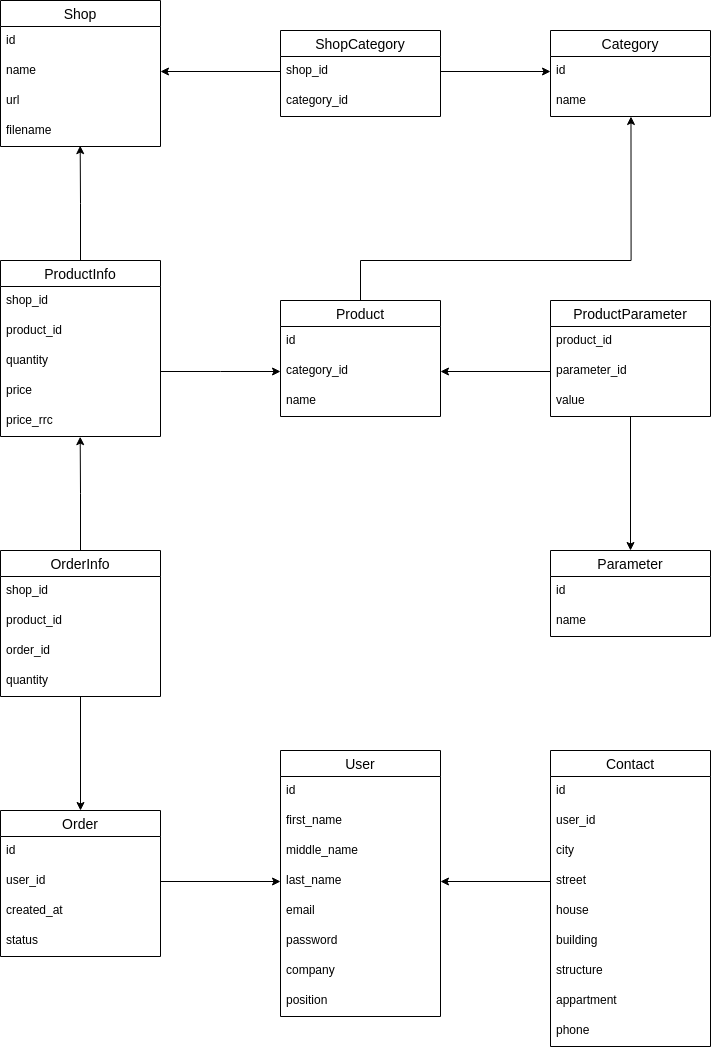
Earlier version of the draw.io export misc/schema.png (netology-code/python-final-diplom). Source tidied: cells renumbered, new cells last; positions are measured from the earlier drawing's top-left corner, leaving out a move shared by most shapes.
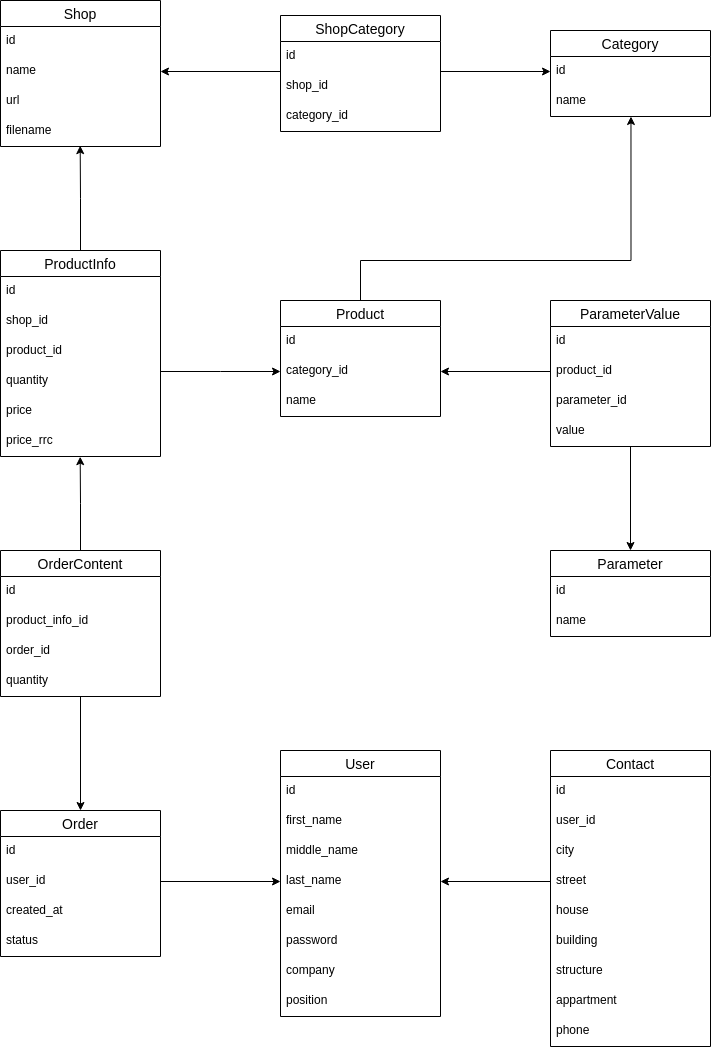
The same file after the commit.

Change to the diagram source:
```diff
@@ -27,19 +27,30 @@
       <mxGeometry y="56" width="160" height="30" as="geometry" />
     </mxCell>
     <mxCell id="10" value="ShopCategory" style="swimlane;fontStyle=0;horizontal=1;startSize=26;align=center;fontSize=14;" parent="1" vertex="1">
-      <mxGeometry x="280" y="30" width="160" height="86" as="geometry" />
+      <mxGeometry x="280" y="15" width="160" height="116" as="geometry" />
     </mxCell>
+    <mxCell id="70" value="id" style="text;strokeColor=none;fillColor=none;spacingLeft=4;spacingRight=4;overflow=hidden;fontSize=12;" parent="10" vertex="1">
+      <mxGeometry y="26" width="160" height="30" as="geometry" />
+    </mxCell>
     <mxCell id="11" value="shop_id" style="text;strokeColor=none;fillColor=none;spacingLeft=4;spacingRight=4;overflow=hidden;points=[[0,0.5],[1,0.5]];portConstraint=eastwest;fontSize=12;" parent="10" vertex="1">
-      <mxGeometry y="26" width="160" height="30" as="geometry" />
+      <mxGeometry y="56" width="160" height="30" as="geometry" />
     </mxCell>
     <mxCell id="12" value="category_id" style="text;strokeColor=none;fillColor=none;spacingLeft=4;spacingRight=4;overflow=hidden;fontSize=12;" parent="10" vertex="1">
-      <mxGeometry y="56" width="160" height="30" as="geometry" />
+      <mxGeometry y="86" width="160" height="30" as="geometry" />
     </mxCell>
     <mxCell id="13" style="edgeStyle=orthogonalEdgeStyle;rounded=0;jettySize=auto;html=1;exitX=0;exitY=0.5;exitDx=0;exitDy=0;entryX=1;entryY=0.5;entryDx=0;entryDy=0;" parent="1" edge="1" source="11" target="4">
-      <mxGeometry relative="1" as="geometry" />
+      <mxGeometry relative="1" as="geometry">
+        <Array as="points">
+          <mxPoint x="280" y="71" />
+        </Array>
+      </mxGeometry>
     </mxCell>
     <mxCell id="14" style="edgeStyle=orthogonalEdgeStyle;rounded=0;jettySize=auto;html=1;exitX=1;exitY=0.5;exitDx=0;exitDy=0;" parent="1" edge="1" source="11" target="8">
-      <mxGeometry relative="1" as="geometry" />
+      <mxGeometry relative="1" as="geometry">
+        <Array as="points">
+          <mxPoint x="440" y="71" />
+        </Array>
+      </mxGeometry>
     </mxCell>
     <mxCell id="15" style="edgeStyle=orthogonalEdgeStyle;rounded=0;jettySize=auto;html=1;exitX=0.5;exitY=0;exitDx=0;exitDy=0;entryX=0.503;entryY=1;entryDx=0;entryDy=0;entryPerimeter=0;" parent="1" edge="1" source="16" target="9">
       <mxGeometry relative="1" as="geometry">
@@ -65,22 +76,25 @@
       <mxGeometry relative="1" as="geometry" />
     </mxCell>
     <mxCell id="21" value="ProductInfo" style="swimlane;fontStyle=0;horizontal=1;startSize=26;align=center;fontSize=14;" parent="1" vertex="1">
-      <mxGeometry y="260" width="160" height="176" as="geometry" />
+      <mxGeometry y="250" width="160" height="206" as="geometry" />
     </mxCell>
+    <mxCell id="71" value="id&#10;" style="text;strokeColor=none;fillColor=none;spacingLeft=4;spacingRight=4;overflow=hidden;fontSize=12;" parent="21" vertex="1">
+      <mxGeometry y="26" width="160" height="30" as="geometry" />
+    </mxCell>
     <mxCell id="22" value="shop_id" style="text;strokeColor=none;fillColor=none;spacingLeft=4;spacingRight=4;overflow=hidden;fontSize=12;" parent="21" vertex="1">
-      <mxGeometry y="26" width="160" height="30" as="geometry" />
+      <mxGeometry y="56" width="160" height="30" as="geometry" />
     </mxCell>
     <mxCell id="23" value="product_id" style="text;strokeColor=none;fillColor=none;spacingLeft=4;spacingRight=4;overflow=hidden;fontSize=12;" parent="21" vertex="1">
-      <mxGeometry y="56" width="160" height="30" as="geometry" />
+      <mxGeometry y="86" width="160" height="30" as="geometry" />
     </mxCell>
     <mxCell id="24" value="quantity" style="text;strokeColor=none;fillColor=none;spacingLeft=4;spacingRight=4;overflow=hidden;points=[[0,0.5],[1,0.5]];portConstraint=eastwest;fontSize=12;" parent="21" vertex="1">
-      <mxGeometry y="86" width="160" height="30" as="geometry" />
+      <mxGeometry y="116" width="160" height="30" as="geometry" />
     </mxCell>
     <mxCell id="25" value="price" style="text;strokeColor=none;fillColor=none;spacingLeft=4;spacingRight=4;overflow=hidden;fontSize=12;" parent="21" vertex="1">
-      <mxGeometry y="116" width="160" height="30" as="geometry" />
+      <mxGeometry y="146" width="160" height="30" as="geometry" />
     </mxCell>
     <mxCell id="26" value="price_rrc" style="text;strokeColor=none;fillColor=none;spacingLeft=4;spacingRight=4;overflow=hidden;points=[[0,0.5],[1,0.5]];portConstraint=eastwest;fontSize=12;" parent="21" vertex="1">
-      <mxGeometry y="146" width="160" height="30" as="geometry" />
+      <mxGeometry y="176" width="160" height="30" as="geometry" />
     </mxCell>
     <mxCell id="27" style="edgeStyle=orthogonalEdgeStyle;rounded=0;jettySize=auto;html=1;exitX=1;exitY=0.5;exitDx=0;exitDy=0;entryX=0;entryY=0.5;entryDx=0;entryDy=0;" parent="1" edge="1" source="24" target="18">
       <mxGeometry relative="1" as="geometry">
@@ -100,22 +114,29 @@
       <mxGeometry y="56" width="160" height="30" as="geometry" />
     </mxCell>
     <mxCell id="31" style="edgeStyle=orthogonalEdgeStyle;rounded=0;jettySize=auto;html=1;exitX=0;exitY=0.5;exitDx=0;exitDy=0;entryX=1;entryY=0.5;entryDx=0;entryDy=0;" parent="1" edge="1" source="35" target="18">
-      <mxGeometry relative="1" as="geometry" />
+      <mxGeometry relative="1" as="geometry">
+        <Array as="points">
+          <mxPoint x="550" y="371" />
+        </Array>
+      </mxGeometry>
     </mxCell>
     <mxCell id="32" style="edgeStyle=orthogonalEdgeStyle;rounded=0;jettySize=auto;html=1;exitX=0.5;exitY=1;exitDx=0;exitDy=0;entryX=0.5;entryY=0;entryDx=0;entryDy=0;" parent="1" edge="1" source="33" target="28">
       <mxGeometry relative="1" as="geometry" />
     </mxCell>
-    <mxCell id="33" value="ProductParameter" style="swimlane;fontStyle=0;horizontal=1;startSize=26;align=center;fontSize=14;" parent="1" vertex="1">
-      <mxGeometry x="550" y="300" width="160" height="116" as="geometry" />
+    <mxCell id="33" value="ParameterValue" style="swimlane;fontStyle=0;horizontal=1;startSize=26;align=center;fontSize=14;" parent="1" vertex="1">
+      <mxGeometry x="550" y="300" width="160" height="146" as="geometry" />
     </mxCell>
+    <mxCell id="72" value="id" style="text;strokeColor=none;fillColor=none;spacingLeft=4;spacingRight=4;overflow=hidden;fontSize=12;" parent="33" vertex="1">
+      <mxGeometry y="26" width="160" height="30" as="geometry" />
+    </mxCell>
     <mxCell id="34" value="product_id" style="text;strokeColor=none;fillColor=none;spacingLeft=4;spacingRight=4;overflow=hidden;fontSize=12;" parent="33" vertex="1">
-      <mxGeometry y="26" width="160" height="30" as="geometry" />
+      <mxGeometry y="56" width="160" height="30" as="geometry" />
     </mxCell>
     <mxCell id="35" value="parameter_id" style="text;strokeColor=none;fillColor=none;spacingLeft=4;spacingRight=4;overflow=hidden;points=[[0,0.5],[1,0.5]];portConstraint=eastwest;fontSize=12;" parent="33" vertex="1">
-      <mxGeometry y="56" width="160" height="30" as="geometry" />
+      <mxGeometry y="86" width="160" height="30" as="geometry" />
     </mxCell>
     <mxCell id="36" value="value" style="text;strokeColor=none;fillColor=none;spacingLeft=4;spacingRight=4;overflow=hidden;fontSize=12;" parent="33" vertex="1">
-      <mxGeometry y="86" width="160" height="30" as="geometry" />
+      <mxGeometry y="116" width="160" height="30" as="geometry" />
     </mxCell>
     <mxCell id="37" style="edgeStyle=orthogonalEdgeStyle;rounded=0;jettySize=auto;html=1;exitX=1;exitY=0.5;exitDx=0;exitDy=0;entryX=0;entryY=0.5;entryDx=0;entryDy=0;endArrow=none;endFill=0;startArrow=classic;startFill=1;" parent="1" edge="1" source="42" target="51">
       <mxGeometry relative="1" as="geometry" />
@@ -201,15 +222,15 @@
     <mxCell id="64" style="edgeStyle=orthogonalEdgeStyle;rounded=0;jettySize=auto;html=1;exitX=0.5;exitY=0;exitDx=0;exitDy=0;entryX=0.498;entryY=1.006;entryDx=0;entryDy=0;entryPerimeter=0;startArrow=none;startFill=0;endArrow=classic;endFill=1;" parent="1" edge="1" source="65" target="26">
       <mxGeometry relative="1" as="geometry" />
     </mxCell>
-    <mxCell id="65" value="OrderInfo" style="swimlane;fontStyle=0;horizontal=1;startSize=26;align=center;fontSize=14;" parent="1" vertex="1">
+    <mxCell id="65" value="OrderContent" style="swimlane;fontStyle=0;horizontal=1;startSize=26;align=center;fontSize=14;" parent="1" vertex="1">
       <mxGeometry y="550" width="160" height="146" as="geometry" />
     </mxCell>
-    <mxCell id="66" value="shop_id" style="text;strokeColor=none;fillColor=none;spacingLeft=4;spacingRight=4;overflow=hidden;fontSize=12;" parent="65" vertex="1">
+    <mxCell id="66" value="id" style="text;strokeColor=none;fillColor=none;spacingLeft=4;spacingRight=4;overflow=hidden;fontSize=12;" parent="65" vertex="1">
       <mxGeometry y="26" width="160" height="30" as="geometry" />
     </mxCell>
-    <mxCell id="67" value="product_id" style="text;strokeColor=none;fillColor=none;spacingLeft=4;spacingRight=4;overflow=hidden;fontSize=12;" parent="65" vertex="1">
-      <mxGeometry y="56" width="160" height="30" as="geometry" />
-    </mxCell>
+    <mxCell id="73" value="product_info_id" style="text;strokeColor=none;fillColor=none;spacingLeft=4;spacingRight=4;overflow=hidden;fontSize=12;" parent="65" vertex="1">
+      <mxGeometry y="56" width="160" height="30" as="geometry" />
+    </mxCell>
     <mxCell id="68" value="order_id" style="text;strokeColor=none;fillColor=none;spacingLeft=4;spacingRight=4;overflow=hidden;fontSize=12;" parent="65" vertex="1">
       <mxGeometry y="86" width="160" height="30" as="geometry" />
     </mxCell>
```
